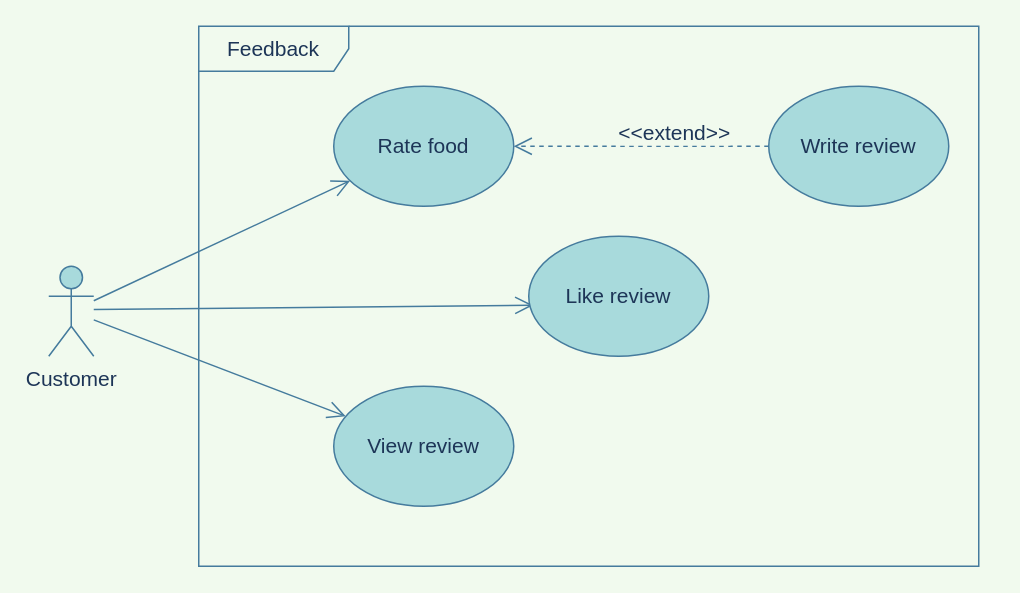
Above: requirements/use cases/feedback.drawio in thanhtoan1742/OWCA_POS (draw.io), before the change. Source tidied: cells renumbered, new cells numbered last; positions are measured from the earlier drawing's top-left corner, leaving out a move shared by most shapes. Both pictures are drawn from the tidied source at 150%, with x=0, y=0 at pixel (48, 26).
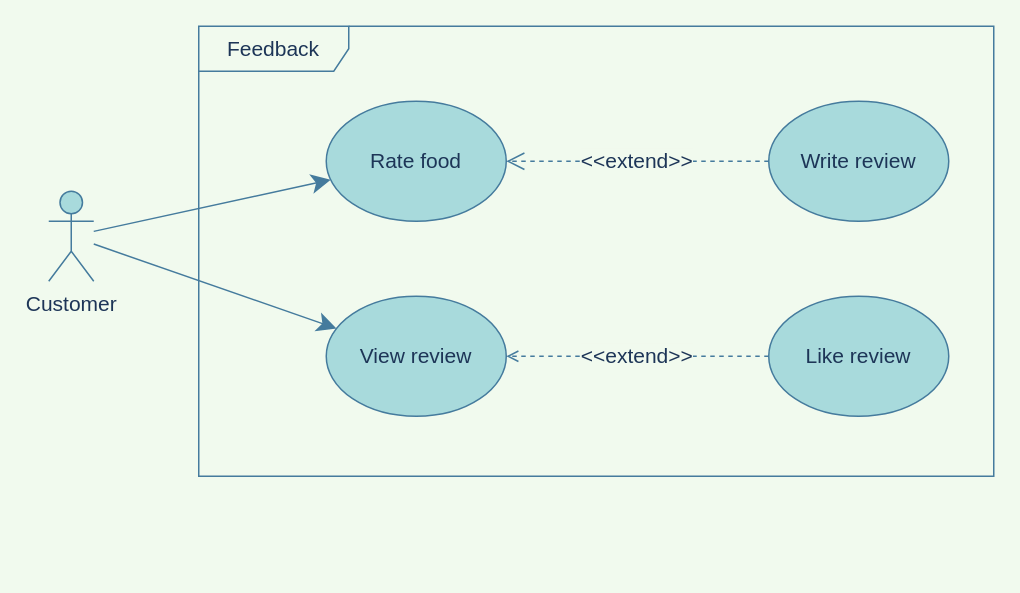
Above is the later version.

Diff of the diagram source:
```diff
@@
 <mxGraphModel background="#F1FAEE">
   <root>
     <mxCell id="0" />
     <mxCell id="1" parent="0" />
     <mxCell id="2" value="Feedback" style="shape=umlFrame;whiteSpace=wrap;html=1;fontSize=14;fillColor=none;width=100;height=30;strokeColor=#457B9D;fontColor=#1D3557;" parent="1" vertex="1">
-      <mxGeometry x="100" width="520" height="360" as="geometry" />
+      <mxGeometry x="100" width="530" height="300" as="geometry" />
     </mxCell>
-    <mxCell id="3" style="rounded=0;jettySize=auto;html=1;endArrow=open;endFill=0;fontSize=14;strokeColor=#457B9D;fontColor=#1D3557;labelBackgroundColor=#F1FAEE;endSize=10;" parent="1" edge="1" source="6" target="7">
+    <mxCell id="3" style="rounded=0;jettySize=auto;html=1;endArrow=classic;endFill=1;fontSize=14;strokeColor=#457B9D;fontColor=#1D3557;endSize=10;labelBackgroundColor=#F1FAEE;" parent="1" edge="1" source="6" target="7">
       <mxGeometry relative="1" as="geometry" />
     </mxCell>
-    <mxCell id="4" style="edgeStyle=none;rounded=0;orthogonalLoop=1;jettySize=auto;html=1;entryX=0.025;entryY=0.588;entryDx=0;entryDy=0;entryPerimeter=0;endArrow=open;endFill=0;fontSize=14;strokeColor=#457B9D;fontColor=#1D3557;labelBackgroundColor=#F1FAEE;endSize=10;" parent="1" edge="1">
-      <mxGeometry relative="1" as="geometry">
-        <mxPoint x="30" y="188.9" as="sourcePoint" />
-        <mxPoint x="323" y="186" as="targetPoint" />
-      </mxGeometry>
-    </mxCell>
-    <mxCell id="5" style="edgeStyle=none;rounded=0;jettySize=auto;html=1;fontSize=14;endArrow=open;endFill=0;strokeColor=#457B9D;fontColor=#1D3557;labelBackgroundColor=#F1FAEE;endSize=10;" parent="1" edge="1" source="6" target="12">
+    <mxCell id="5" style="edgeStyle=none;rounded=0;jettySize=auto;html=1;fontSize=14;endArrow=classic;endFill=1;strokeColor=#457B9D;fontColor=#1D3557;endSize=10;labelBackgroundColor=#F1FAEE;" parent="1" edge="1" source="6" target="12">
       <mxGeometry relative="1" as="geometry" />
     </mxCell>
     <mxCell id="6" value="Customer" style="shape=umlActor;verticalLabelPosition=bottom;verticalAlign=top;html=1;outlineConnect=0;fontSize=14;fillColor=#A8DADC;strokeColor=#457B9D;fontColor=#1D3557;" parent="1" vertex="1">
-      <mxGeometry y="160" width="30" height="60" as="geometry" />
+      <mxGeometry y="110" width="30" height="60" as="geometry" />
     </mxCell>
     <mxCell id="7" value="Rate food" style="ellipse;whiteSpace=wrap;html=1;fontSize=14;fillColor=#A8DADC;strokeColor=#457B9D;fontColor=#1D3557;" parent="1" vertex="1">
-      <mxGeometry x="190" y="40" width="120" height="80" as="geometry" />
+      <mxGeometry x="185" y="50" width="120" height="80" as="geometry" />
     </mxCell>
-    <mxCell id="8" style="edgeStyle=orthogonalEdgeStyle;rounded=0;jettySize=auto;html=1;entryX=1;entryY=0.5;entryDx=0;entryDy=0;dashed=1;endArrow=open;endFill=0;fontSize=14;strokeColor=#457B9D;fontColor=#1D3557;labelBackgroundColor=#F1FAEE;endSize=10;startSize=10;" parent="1" edge="1" source="10" target="7">
+    <mxCell id="8" value="&amp;lt;&amp;lt;extend&amp;gt;&amp;gt;" style="rounded=0;jettySize=auto;html=1;dashed=1;endArrow=open;endFill=0;fontSize=14;strokeColor=#457B9D;fontColor=#1D3557;endSize=10;startSize=10;labelBackgroundColor=#F1FAEE;" parent="1" edge="1" source="10" target="7">
       <mxGeometry relative="1" as="geometry" />
     </mxCell>
+    <mxCell id="10" value="Write review" style="ellipse;whiteSpace=wrap;html=1;fontSize=14;fillColor=#A8DADC;strokeColor=#457B9D;fontColor=#1D3557;" parent="1" vertex="1">
+      <mxGeometry x="480" y="50" width="120" height="80" as="geometry" />
+    </mxCell>
-    <mxCell id="9" value="&amp;lt;&amp;lt;extend&amp;gt;&amp;gt;" style="edgeLabel;html=1;align=center;verticalAlign=middle;fontSize=14;fontColor=#1D3557;labelBackgroundColor=#F1FAEE;" parent="8" vertex="1">
-      <mxGeometry x="-0.3" y="1" relative="1" as="geometry">
-        <mxPoint x="-5" y="-11" as="offset" />
-      </mxGeometry>
+    <mxCell id="9" value="&amp;lt;&amp;lt;extend&amp;gt;&amp;gt;" style="rounded=0;jettySize=auto;html=1;endArrow=open;endFill=0;dashed=1;strokeColor=#457B9D;fontColor=#1D3557;labelBackgroundColor=#F1FAEE;fontSize=14;" parent="1" edge="1" source="11" target="12">
+      <mxGeometry relative="1" as="geometry" />
     </mxCell>
-    <mxCell id="10" value="Write review" style="ellipse;whiteSpace=wrap;html=1;fontSize=14;fillColor=#A8DADC;strokeColor=#457B9D;fontColor=#1D3557;" parent="1" vertex="1">
-      <mxGeometry x="480" y="40" width="120" height="80" as="geometry" />
-    </mxCell>
     <mxCell id="11" value="Like review" style="ellipse;whiteSpace=wrap;html=1;fontSize=14;fillColor=#A8DADC;strokeColor=#457B9D;fontColor=#1D3557;" parent="1" vertex="1">
-      <mxGeometry x="320" y="140" width="120" height="80" as="geometry" />
+      <mxGeometry x="480" y="180" width="120" height="80" as="geometry" />
     </mxCell>
     <mxCell id="12" value="View review" style="ellipse;whiteSpace=wrap;html=1;fontSize=14;fillColor=#A8DADC;strokeColor=#457B9D;fontColor=#1D3557;" parent="1" vertex="1">
-      <mxGeometry x="190" y="240" width="120" height="80" as="geometry" />
+      <mxGeometry x="185" y="180" width="120" height="80" as="geometry" />
     </mxCell>
   </root>
 </mxGraphModel>
```
